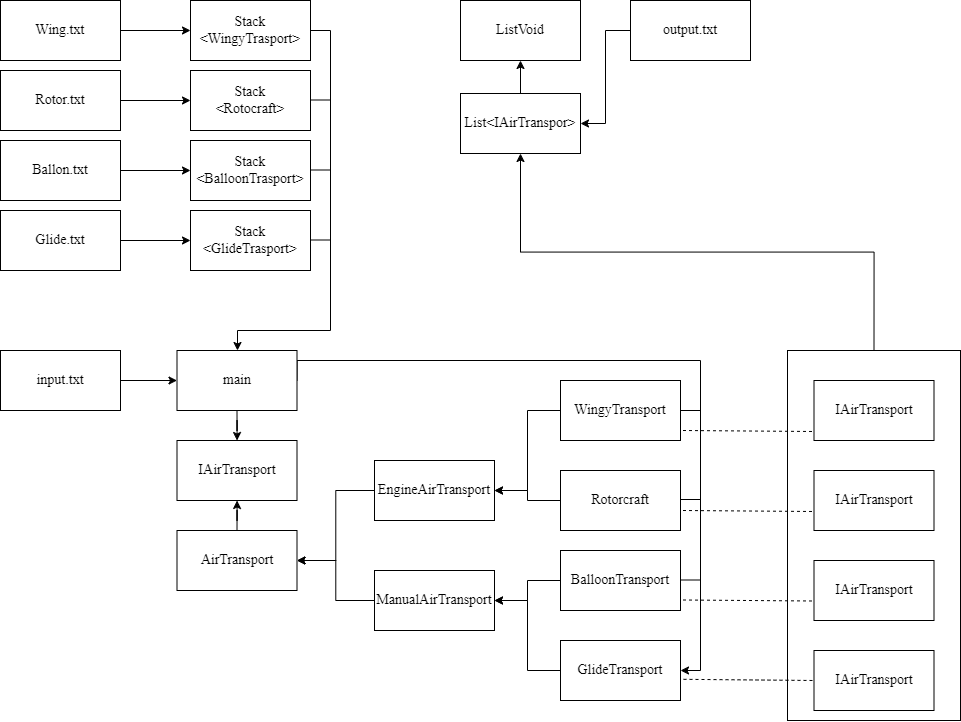
WhaIsLuve/university keeps this draw.io diagram as Второй курс/ООП/2 семестр/logicalScheme.drawio.png. Above is the earlier version. Source tidied: cells renumbered, new cells last; positions are measured from the earlier drawing's top-left corner, leaving out a move shared by most shapes. Source of this version:
```xml
<mxGraphModel>
  <root>
    <mxCell id="0" />
    <mxCell id="1" parent="0" />
    <mxCell id="2" style="edgeStyle=orthogonalEdgeStyle;rounded=0;jettySize=auto;html=1;exitX=1;exitY=0.5;exitDx=0;exitDy=0;fontFamily=Times New Roman;fontSize=14;" parent="1" edge="1" source="3" target="6">
      <mxGeometry relative="1" as="geometry" />
    </mxCell>
    <mxCell id="3" value="&lt;font style=&quot;font-size: 14px;&quot;&gt;input.txt&lt;/font&gt;" style="rounded=0;whiteSpace=wrap;html=1;fontFamily=Times New Roman;fontSize=14;" parent="1" vertex="1">
      <mxGeometry y="350" width="120" height="60" as="geometry" />
    </mxCell>
    <mxCell id="4" style="edgeStyle=orthogonalEdgeStyle;rounded=0;jettySize=auto;html=1;exitX=0.5;exitY=1;exitDx=0;exitDy=0;fontFamily=Times New Roman;fontSize=14;" parent="1" edge="1" source="6" target="7">
      <mxGeometry relative="1" as="geometry" />
    </mxCell>
    <mxCell id="5" style="edgeStyle=orthogonalEdgeStyle;rounded=0;jettySize=auto;html=1;exitX=1;exitY=0.5;exitDx=0;exitDy=0;entryX=1;entryY=0.5;entryDx=0;entryDy=0;" parent="1" edge="1" source="6" target="21">
      <mxGeometry relative="1" as="geometry">
        <Array as="points">
          <mxPoint x="297" y="360" />
          <mxPoint x="700" y="360" />
          <mxPoint x="700" y="670" />
        </Array>
      </mxGeometry>
    </mxCell>
    <mxCell id="6" value="&lt;font style=&quot;font-size: 14px;&quot;&gt;main&lt;/font&gt;" style="rounded=0;whiteSpace=wrap;html=1;fontFamily=Times New Roman;fontSize=14;" parent="1" vertex="1">
      <mxGeometry x="176.5" y="350" width="120" height="60" as="geometry" />
    </mxCell>
    <mxCell id="7" value="&lt;font style=&quot;font-size: 14px;&quot;&gt;IAirTransport&lt;/font&gt;" style="rounded=0;whiteSpace=wrap;html=1;fontFamily=Times New Roman;fontSize=14;" parent="1" vertex="1">
      <mxGeometry x="176.5" y="440" width="120" height="60" as="geometry" />
    </mxCell>
    <mxCell id="8" style="edgeStyle=orthogonalEdgeStyle;rounded=0;jettySize=auto;html=1;exitX=0.5;exitY=0;exitDx=0;exitDy=0;fontFamily=Times New Roman;fontSize=14;" parent="1" edge="1" source="9" target="7">
      <mxGeometry relative="1" as="geometry" />
    </mxCell>
    <mxCell id="9" value="&lt;font style=&quot;font-size: 14px;&quot;&gt;AirTransport&lt;/font&gt;" style="rounded=0;whiteSpace=wrap;html=1;fontFamily=Times New Roman;fontSize=14;" parent="1" vertex="1">
      <mxGeometry x="176.5" y="530" width="120" height="60" as="geometry" />
    </mxCell>
    <mxCell id="10" style="edgeStyle=orthogonalEdgeStyle;rounded=0;jettySize=auto;html=1;entryX=1;entryY=0.5;entryDx=0;entryDy=0;fontFamily=Times New Roman;fontSize=14;" parent="1" edge="1" source="11" target="9">
      <mxGeometry relative="1" as="geometry" />
    </mxCell>
    <mxCell id="11" value="&lt;font style=&quot;font-size: 14px;&quot;&gt;EngineAirTransport&lt;/font&gt;" style="rounded=0;whiteSpace=wrap;html=1;fontFamily=Times New Roman;fontSize=14;" parent="1" vertex="1">
      <mxGeometry x="374" y="460" width="120" height="60" as="geometry" />
    </mxCell>
    <mxCell id="12" style="edgeStyle=orthogonalEdgeStyle;rounded=0;jettySize=auto;html=1;exitX=0;exitY=0.5;exitDx=0;exitDy=0;fontFamily=Times New Roman;fontSize=14;" parent="1" edge="1" source="13" target="9">
      <mxGeometry relative="1" as="geometry" />
    </mxCell>
    <mxCell id="13" value="&lt;font style=&quot;font-size: 14px;&quot;&gt;ManualAirTransport&lt;/font&gt;" style="rounded=0;whiteSpace=wrap;html=1;fontFamily=Times New Roman;fontSize=14;" parent="1" vertex="1">
      <mxGeometry x="374" y="570" width="120" height="60" as="geometry" />
    </mxCell>
    <mxCell id="14" style="edgeStyle=orthogonalEdgeStyle;rounded=0;jettySize=auto;html=1;entryX=1;entryY=0.5;entryDx=0;entryDy=0;" parent="1" edge="1" source="15" target="11">
      <mxGeometry relative="1" as="geometry" />
    </mxCell>
    <mxCell id="15" value="&lt;font style=&quot;font-size: 14px;&quot;&gt;WingyTransport&lt;/font&gt;" style="rounded=0;whiteSpace=wrap;html=1;fontFamily=Times New Roman;fontSize=14;" parent="1" vertex="1">
      <mxGeometry x="560" y="380" width="120" height="60" as="geometry" />
    </mxCell>
    <mxCell id="16" style="edgeStyle=orthogonalEdgeStyle;rounded=0;jettySize=auto;html=1;exitX=0;exitY=0.5;exitDx=0;exitDy=0;" parent="1" edge="1" source="17" target="11">
      <mxGeometry relative="1" as="geometry" />
    </mxCell>
    <mxCell id="17" value="&lt;font style=&quot;font-size: 14px;&quot;&gt;Rotorcraft&lt;/font&gt;" style="rounded=0;whiteSpace=wrap;html=1;fontFamily=Times New Roman;fontSize=14;" parent="1" vertex="1">
      <mxGeometry x="560" y="470" width="120" height="60" as="geometry" />
    </mxCell>
    <mxCell id="18" style="edgeStyle=orthogonalEdgeStyle;rounded=0;jettySize=auto;html=1;exitX=0;exitY=0.5;exitDx=0;exitDy=0;" parent="1" edge="1" source="19" target="13">
      <mxGeometry relative="1" as="geometry" />
    </mxCell>
    <mxCell id="19" value="&lt;font style=&quot;font-size: 14px;&quot;&gt;BalloonTransport&lt;/font&gt;" style="rounded=0;whiteSpace=wrap;html=1;fontFamily=Times New Roman;fontSize=14;" parent="1" vertex="1">
      <mxGeometry x="560" y="550" width="120" height="60" as="geometry" />
    </mxCell>
    <mxCell id="20" style="edgeStyle=orthogonalEdgeStyle;rounded=0;jettySize=auto;html=1;exitX=0;exitY=0.5;exitDx=0;exitDy=0;entryX=1;entryY=0.5;entryDx=0;entryDy=0;" parent="1" edge="1" source="21" target="13">
      <mxGeometry relative="1" as="geometry" />
    </mxCell>
    <mxCell id="21" value="&lt;font style=&quot;font-size: 14px;&quot;&gt;GlideTransport&lt;/font&gt;" style="rounded=0;whiteSpace=wrap;html=1;fontFamily=Times New Roman;fontSize=14;" parent="1" vertex="1">
      <mxGeometry x="560" y="640" width="120" height="60" as="geometry" />
    </mxCell>
    <mxCell id="22" style="endArrow=none;html=1;rounded=0;exitX=1;exitY=0.5;exitDx=0;exitDy=0;" parent="1" edge="1" source="15">
      <mxGeometry relative="1" as="geometry">
        <mxPoint x="700" y="410" as="targetPoint" />
      </mxGeometry>
    </mxCell>
    <mxCell id="23" style="endArrow=none;html=1;rounded=0;exitX=1;exitY=0.5;exitDx=0;exitDy=0;" parent="1" edge="1">
      <mxGeometry relative="1" as="geometry">
        <mxPoint x="680" y="499" as="sourcePoint" />
        <mxPoint x="700" y="499" as="targetPoint" />
      </mxGeometry>
    </mxCell>
    <mxCell id="24" style="endArrow=none;html=1;rounded=0;exitX=1;exitY=0.5;exitDx=0;exitDy=0;" parent="1" edge="1">
      <mxGeometry relative="1" as="geometry">
        <mxPoint x="680" y="579.5" as="sourcePoint" />
        <mxPoint x="700" y="579.5" as="targetPoint" />
      </mxGeometry>
    </mxCell>
    <mxCell id="25" style="endArrow=none;html=1;rounded=0;exitX=1;exitY=0.5;exitDx=0;exitDy=0;" parent="1" edge="1">
      <mxGeometry relative="1" as="geometry">
        <mxPoint x="310" y="169.5" as="sourcePoint" />
        <mxPoint x="330" y="169.5" as="targetPoint" />
      </mxGeometry>
    </mxCell>
    <mxCell id="26" style="endArrow=none;html=1;rounded=0;exitX=1;exitY=0.5;exitDx=0;exitDy=0;" parent="1" edge="1">
      <mxGeometry relative="1" as="geometry">
        <mxPoint x="310" y="99.5" as="sourcePoint" />
        <mxPoint x="330" y="99.5" as="targetPoint" />
      </mxGeometry>
    </mxCell>
    <mxCell id="27" style="endArrow=none;html=1;rounded=0;exitX=1;exitY=0.5;exitDx=0;exitDy=0;" parent="1" edge="1">
      <mxGeometry relative="1" as="geometry">
        <mxPoint x="310" y="239.5" as="sourcePoint" />
        <mxPoint x="330" y="239.5" as="targetPoint" />
      </mxGeometry>
    </mxCell>
    <mxCell id="28" style="edgeStyle=orthogonalEdgeStyle;rounded=0;jettySize=auto;html=1;exitX=1;exitY=0.5;exitDx=0;exitDy=0;" parent="1" edge="1" source="29" target="36">
      <mxGeometry relative="1" as="geometry" />
    </mxCell>
    <mxCell id="29" value="&lt;font style=&quot;font-size: 14px;&quot;&gt;Glide.txt&lt;/font&gt;" style="rounded=0;whiteSpace=wrap;html=1;fontFamily=Times New Roman;fontSize=14;" parent="1" vertex="1">
      <mxGeometry y="210" width="120" height="60" as="geometry" />
    </mxCell>
    <mxCell id="30" style="edgeStyle=orthogonalEdgeStyle;rounded=0;jettySize=auto;html=1;exitX=1;exitY=0.5;exitDx=0;exitDy=0;" parent="1" edge="1" source="31" target="37">
      <mxGeometry relative="1" as="geometry" />
    </mxCell>
    <mxCell id="31" value="&lt;font style=&quot;font-size: 14px;&quot;&gt;Ballon.txt&lt;/font&gt;" style="rounded=0;whiteSpace=wrap;html=1;fontFamily=Times New Roman;fontSize=14;" parent="1" vertex="1">
      <mxGeometry y="140" width="120" height="60" as="geometry" />
    </mxCell>
    <mxCell id="32" style="edgeStyle=orthogonalEdgeStyle;rounded=0;jettySize=auto;html=1;exitX=1;exitY=0.5;exitDx=0;exitDy=0;" parent="1" edge="1" source="33" target="38">
      <mxGeometry relative="1" as="geometry" />
    </mxCell>
    <mxCell id="33" value="&lt;font style=&quot;font-size: 14px;&quot;&gt;Rotor.txt&lt;/font&gt;" style="rounded=0;whiteSpace=wrap;html=1;fontFamily=Times New Roman;fontSize=14;" parent="1" vertex="1">
      <mxGeometry y="70" width="120" height="60" as="geometry" />
    </mxCell>
    <mxCell id="34" style="edgeStyle=orthogonalEdgeStyle;rounded=0;jettySize=auto;html=1;exitX=1;exitY=0.5;exitDx=0;exitDy=0;" parent="1" edge="1" source="35" target="40">
      <mxGeometry relative="1" as="geometry" />
    </mxCell>
    <mxCell id="35" value="&lt;font style=&quot;font-size: 14px;&quot;&gt;Wing.txt&lt;/font&gt;" style="rounded=0;whiteSpace=wrap;html=1;fontFamily=Times New Roman;fontSize=14;" parent="1" vertex="1">
      <mxGeometry width="120" height="60" as="geometry" />
    </mxCell>
    <mxCell id="36" value="Stack&lt;div&gt;&amp;lt;GlideTrasport&amp;gt;&lt;/div&gt;" style="rounded=0;whiteSpace=wrap;html=1;fontFamily=Times New Roman;fontSize=14;" parent="1" vertex="1">
      <mxGeometry x="190" y="210" width="120" height="60" as="geometry" />
    </mxCell>
    <mxCell id="37" value="Stack&lt;div&gt;&amp;lt;BalloonTrasport&amp;gt;&lt;/div&gt;" style="rounded=0;whiteSpace=wrap;html=1;fontFamily=Times New Roman;fontSize=14;" parent="1" vertex="1">
      <mxGeometry x="190" y="140" width="120" height="60" as="geometry" />
    </mxCell>
    <mxCell id="38" value="Stack&lt;div&gt;&amp;lt;Rotocraft&amp;gt;&lt;/div&gt;" style="rounded=0;whiteSpace=wrap;html=1;fontFamily=Times New Roman;fontSize=14;" parent="1" vertex="1">
      <mxGeometry x="190" y="70" width="120" height="60" as="geometry" />
    </mxCell>
    <mxCell id="39" style="edgeStyle=orthogonalEdgeStyle;rounded=0;jettySize=auto;html=1;exitX=1;exitY=0.5;exitDx=0;exitDy=0;" parent="1" edge="1" source="40" target="6">
      <mxGeometry relative="1" as="geometry">
        <Array as="points">
          <mxPoint x="330" y="30" />
          <mxPoint x="330" y="330" />
          <mxPoint x="237" y="330" />
        </Array>
      </mxGeometry>
    </mxCell>
    <mxCell id="40" value="&lt;font style=&quot;font-size: 14px;&quot;&gt;Stack&lt;/font&gt;&lt;div&gt;&lt;font style=&quot;font-size: 14px;&quot;&gt;&amp;lt;WingyTrasport&amp;gt;&lt;/font&gt;&lt;/div&gt;" style="rounded=0;whiteSpace=wrap;html=1;fontFamily=Times New Roman;fontSize=14;" parent="1" vertex="1">
      <mxGeometry x="190" width="120" height="60" as="geometry" />
    </mxCell>
    <mxCell id="41" value="&lt;font style=&quot;font-size: 14px;&quot;&gt;ListVoid&lt;/font&gt;" style="rounded=0;whiteSpace=wrap;html=1;fontFamily=Times New Roman;fontSize=14;" parent="1" vertex="1">
      <mxGeometry x="460" width="120" height="60" as="geometry" />
    </mxCell>
    <mxCell id="42" style="edgeStyle=orthogonalEdgeStyle;rounded=0;jettySize=auto;html=1;exitX=0.5;exitY=0;exitDx=0;exitDy=0;entryX=0.5;entryY=1;entryDx=0;entryDy=0;" parent="1" edge="1" source="43" target="41">
      <mxGeometry relative="1" as="geometry" />
    </mxCell>
    <mxCell id="43" value="&lt;font style=&quot;font-size: 14px;&quot;&gt;List&amp;lt;IAirTranspor&amp;gt;&lt;/font&gt;" style="rounded=0;whiteSpace=wrap;html=1;fontFamily=Times New Roman;fontSize=14;" parent="1" vertex="1">
      <mxGeometry x="460" y="93" width="120" height="60" as="geometry" />
    </mxCell>
    <mxCell id="44" style="edgeStyle=orthogonalEdgeStyle;rounded=0;jettySize=auto;html=1;exitX=0;exitY=0.5;exitDx=0;exitDy=0;entryX=1;entryY=0.5;entryDx=0;entryDy=0;" parent="1" edge="1" source="45" target="43">
      <mxGeometry relative="1" as="geometry" />
    </mxCell>
    <mxCell id="45" value="&lt;font style=&quot;font-size: 14px;&quot;&gt;output.txt&lt;/font&gt;" style="rounded=0;whiteSpace=wrap;html=1;fontFamily=Times New Roman;fontSize=14;" parent="1" vertex="1">
      <mxGeometry x="630" width="120" height="60" as="geometry" />
    </mxCell>
    <mxCell id="46" style="edgeStyle=orthogonalEdgeStyle;rounded=0;jettySize=auto;html=1;exitX=0.5;exitY=0;exitDx=0;exitDy=0;entryX=0.5;entryY=1;entryDx=0;entryDy=0;" parent="1" edge="1" source="47" target="43">
      <mxGeometry relative="1" as="geometry" />
    </mxCell>
    <mxCell id="47" style="rounded=0;whiteSpace=wrap;html=1;" parent="1" vertex="1">
      <mxGeometry x="787" y="350" width="173" height="370" as="geometry" />
    </mxCell>
    <mxCell id="48" value="&lt;font style=&quot;font-size: 14px;&quot;&gt;IAirTransport&lt;/font&gt;" style="rounded=0;whiteSpace=wrap;html=1;fontFamily=Times New Roman;fontSize=14;" parent="1" vertex="1">
      <mxGeometry x="813.5" y="380" width="120" height="60" as="geometry" />
    </mxCell>
    <mxCell id="49" value="&lt;font style=&quot;font-size: 14px;&quot;&gt;IAirTransport&lt;/font&gt;" style="rounded=0;whiteSpace=wrap;html=1;fontFamily=Times New Roman;fontSize=14;" parent="1" vertex="1">
      <mxGeometry x="813.5" y="470" width="120" height="60" as="geometry" />
    </mxCell>
    <mxCell id="50" value="&lt;font style=&quot;font-size: 14px;&quot;&gt;IAirTransport&lt;/font&gt;" style="rounded=0;whiteSpace=wrap;html=1;fontFamily=Times New Roman;fontSize=14;" parent="1" vertex="1">
      <mxGeometry x="813.5" y="560" width="120" height="60" as="geometry" />
    </mxCell>
    <mxCell id="51" value="&lt;font style=&quot;font-size: 14px;&quot;&gt;IAirTransport&lt;/font&gt;" style="rounded=0;whiteSpace=wrap;html=1;fontFamily=Times New Roman;fontSize=14;" parent="1" vertex="1">
      <mxGeometry x="813.5" y="650" width="120" height="60" as="geometry" />
    </mxCell>
    <mxCell id="52" style="endArrow=none;dashed=1;html=1;rounded=0;entryX=0;entryY=0.5;entryDx=0;entryDy=0;exitX=1.025;exitY=0.647;exitDx=0;exitDy=0;exitPerimeter=0;" parent="1" edge="1" source="21" target="51">
      <mxGeometry relative="1" as="geometry" />
    </mxCell>
    <mxCell id="53" style="endArrow=none;dashed=1;html=1;rounded=0;entryX=0;entryY=0.5;entryDx=0;entryDy=0;exitX=1.025;exitY=0.647;exitDx=0;exitDy=0;exitPerimeter=0;" parent="1" edge="1">
      <mxGeometry relative="1" as="geometry">
        <mxPoint x="682.5" y="599.5" as="sourcePoint" />
        <mxPoint x="813.5" y="600.5" as="targetPoint" />
      </mxGeometry>
    </mxCell>
    <mxCell id="54" style="endArrow=none;dashed=1;html=1;rounded=0;entryX=0;entryY=0.5;entryDx=0;entryDy=0;exitX=1.025;exitY=0.647;exitDx=0;exitDy=0;exitPerimeter=0;" parent="1" edge="1">
      <mxGeometry relative="1" as="geometry">
        <mxPoint x="682.5" y="510" as="sourcePoint" />
        <mxPoint x="813.5" y="511" as="targetPoint" />
      </mxGeometry>
    </mxCell>
    <mxCell id="55" style="endArrow=none;dashed=1;html=1;rounded=0;entryX=0;entryY=0.5;entryDx=0;entryDy=0;exitX=1.025;exitY=0.647;exitDx=0;exitDy=0;exitPerimeter=0;" parent="1" edge="1">
      <mxGeometry relative="1" as="geometry">
        <mxPoint x="682.5" y="430" as="sourcePoint" />
        <mxPoint x="813.5" y="431" as="targetPoint" />
      </mxGeometry>
    </mxCell>
  </root>
</mxGraphModel>
```
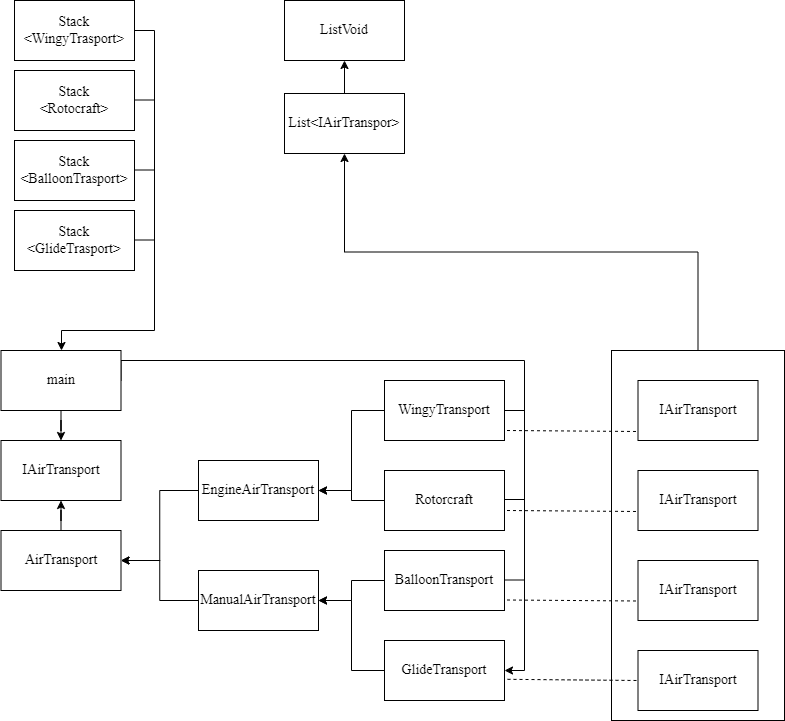
The same diagram one commit later.

Diff of the diagram source:
```diff
@@ -2,12 +2,6 @@
   <root>
     <mxCell id="0" />
     <mxCell id="1" parent="0" />
-    <mxCell id="2" style="edgeStyle=orthogonalEdgeStyle;rounded=0;jettySize=auto;html=1;exitX=1;exitY=0.5;exitDx=0;exitDy=0;fontFamily=Times New Roman;fontSize=14;" parent="1" edge="1" source="3" target="6">
-      <mxGeometry relative="1" as="geometry" />
-    </mxCell>
-    <mxCell id="3" value="&lt;font style=&quot;font-size: 14px;&quot;&gt;input.txt&lt;/font&gt;" style="rounded=0;whiteSpace=wrap;html=1;fontFamily=Times New Roman;fontSize=14;" parent="1" vertex="1">
-      <mxGeometry y="350" width="120" height="60" as="geometry" />
-    </mxCell>
     <mxCell id="4" style="edgeStyle=orthogonalEdgeStyle;rounded=0;jettySize=auto;html=1;exitX=0.5;exitY=1;exitDx=0;exitDy=0;fontFamily=Times New Roman;fontSize=14;" parent="1" edge="1" source="6" target="7">
       <mxGeometry relative="1" as="geometry" />
     </mxCell>
@@ -103,30 +97,6 @@
         <mxPoint x="330" y="239.5" as="targetPoint" />
       </mxGeometry>
     </mxCell>
-    <mxCell id="28" style="edgeStyle=orthogonalEdgeStyle;rounded=0;jettySize=auto;html=1;exitX=1;exitY=0.5;exitDx=0;exitDy=0;" parent="1" edge="1" source="29" target="36">
-      <mxGeometry relative="1" as="geometry" />
-    </mxCell>
-    <mxCell id="29" value="&lt;font style=&quot;font-size: 14px;&quot;&gt;Glide.txt&lt;/font&gt;" style="rounded=0;whiteSpace=wrap;html=1;fontFamily=Times New Roman;fontSize=14;" parent="1" vertex="1">
-      <mxGeometry y="210" width="120" height="60" as="geometry" />
-    </mxCell>
-    <mxCell id="30" style="edgeStyle=orthogonalEdgeStyle;rounded=0;jettySize=auto;html=1;exitX=1;exitY=0.5;exitDx=0;exitDy=0;" parent="1" edge="1" source="31" target="37">
-      <mxGeometry relative="1" as="geometry" />
-    </mxCell>
-    <mxCell id="31" value="&lt;font style=&quot;font-size: 14px;&quot;&gt;Ballon.txt&lt;/font&gt;" style="rounded=0;whiteSpace=wrap;html=1;fontFamily=Times New Roman;fontSize=14;" parent="1" vertex="1">
-      <mxGeometry y="140" width="120" height="60" as="geometry" />
-    </mxCell>
-    <mxCell id="32" style="edgeStyle=orthogonalEdgeStyle;rounded=0;jettySize=auto;html=1;exitX=1;exitY=0.5;exitDx=0;exitDy=0;" parent="1" edge="1" source="33" target="38">
-      <mxGeometry relative="1" as="geometry" />
-    </mxCell>
-    <mxCell id="33" value="&lt;font style=&quot;font-size: 14px;&quot;&gt;Rotor.txt&lt;/font&gt;" style="rounded=0;whiteSpace=wrap;html=1;fontFamily=Times New Roman;fontSize=14;" parent="1" vertex="1">
-      <mxGeometry y="70" width="120" height="60" as="geometry" />
-    </mxCell>
-    <mxCell id="34" style="edgeStyle=orthogonalEdgeStyle;rounded=0;jettySize=auto;html=1;exitX=1;exitY=0.5;exitDx=0;exitDy=0;" parent="1" edge="1" source="35" target="40">
-      <mxGeometry relative="1" as="geometry" />
-    </mxCell>
-    <mxCell id="35" value="&lt;font style=&quot;font-size: 14px;&quot;&gt;Wing.txt&lt;/font&gt;" style="rounded=0;whiteSpace=wrap;html=1;fontFamily=Times New Roman;fontSize=14;" parent="1" vertex="1">
-      <mxGeometry width="120" height="60" as="geometry" />
-    </mxCell>
     <mxCell id="36" value="Stack&lt;div&gt;&amp;lt;GlideTrasport&amp;gt;&lt;/div&gt;" style="rounded=0;whiteSpace=wrap;html=1;fontFamily=Times New Roman;fontSize=14;" parent="1" vertex="1">
       <mxGeometry x="190" y="210" width="120" height="60" as="geometry" />
     </mxCell>
@@ -157,12 +127,6 @@
     <mxCell id="43" value="&lt;font style=&quot;font-size: 14px;&quot;&gt;List&amp;lt;IAirTranspor&amp;gt;&lt;/font&gt;" style="rounded=0;whiteSpace=wrap;html=1;fontFamily=Times New Roman;fontSize=14;" parent="1" vertex="1">
       <mxGeometry x="460" y="93" width="120" height="60" as="geometry" />
     </mxCell>
-    <mxCell id="44" style="edgeStyle=orthogonalEdgeStyle;rounded=0;jettySize=auto;html=1;exitX=0;exitY=0.5;exitDx=0;exitDy=0;entryX=1;entryY=0.5;entryDx=0;entryDy=0;" parent="1" edge="1" source="45" target="43">
-      <mxGeometry relative="1" as="geometry" />
-    </mxCell>
-    <mxCell id="45" value="&lt;font style=&quot;font-size: 14px;&quot;&gt;output.txt&lt;/font&gt;" style="rounded=0;whiteSpace=wrap;html=1;fontFamily=Times New Roman;fontSize=14;" parent="1" vertex="1">
-      <mxGeometry x="630" width="120" height="60" as="geometry" />
-    </mxCell>
     <mxCell id="46" style="edgeStyle=orthogonalEdgeStyle;rounded=0;jettySize=auto;html=1;exitX=0.5;exitY=0;exitDx=0;exitDy=0;entryX=0.5;entryY=1;entryDx=0;entryDy=0;" parent="1" edge="1" source="47" target="43">
       <mxGeometry relative="1" as="geometry" />
     </mxCell>
```
